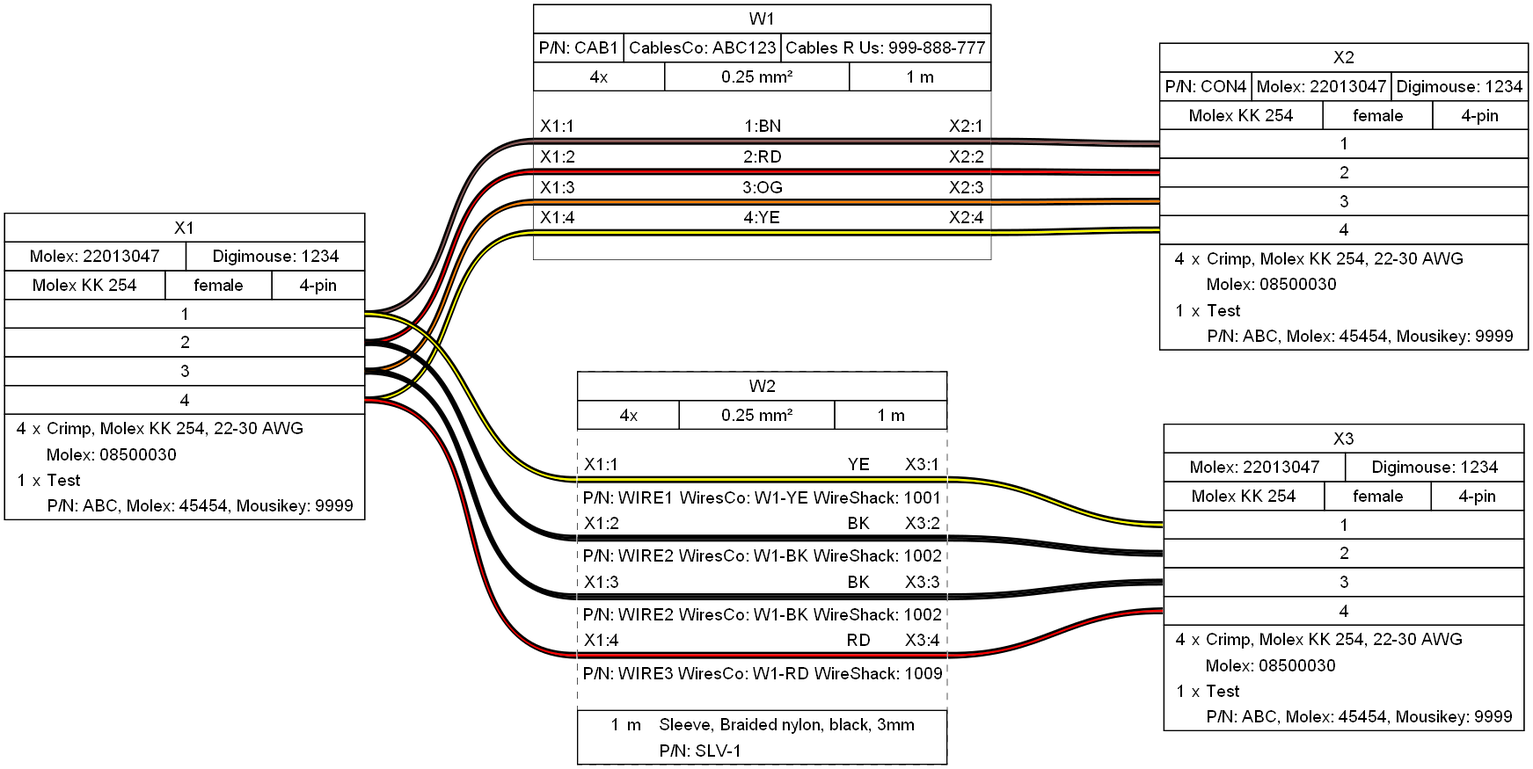
This is tutorial/tutorial08.png from wireviz/WireViz, a Graphviz export, as it was before one commit. Its source is kept beside it as tutorial/tutorial08.gv.
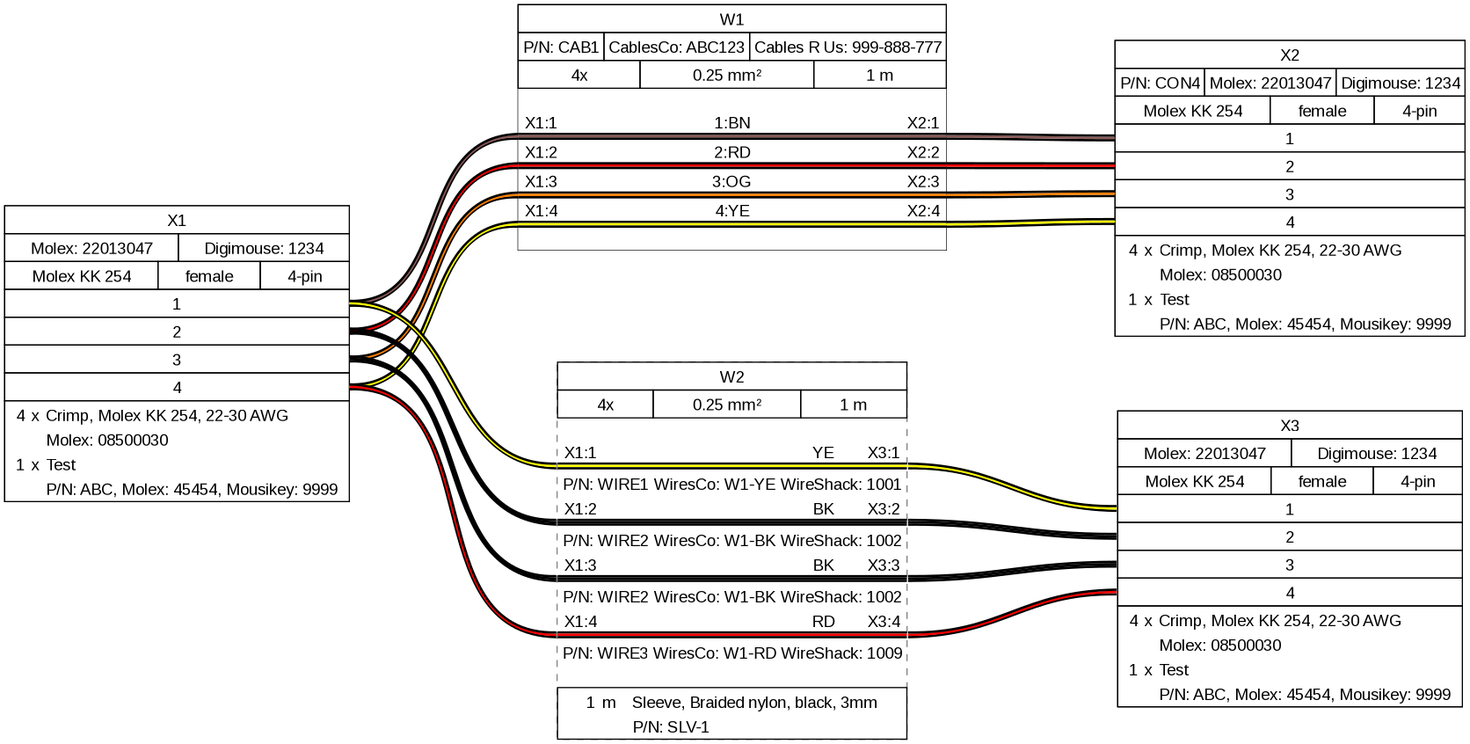
The same diagram one commit later.

Diff of the diagram source:
```diff
@@ -39,22 +39,18 @@
    <table border="0" cellborder="1" cellpadding="3" cellspacing="0">
     <tr>
 
-     []
      <td port="p1r">1</td>
     </tr>
     <tr>
 
-     []
      <td port="p2r">2</td>
     </tr>
     <tr>
 
-     []
      <td port="p3r">3</td>
     </tr>
     <tr>
 
-     []
      <td port="p4r">4</td>
     </tr>
    </table>
@@ -131,22 +127,18 @@
     <tr>
      <td port="p1l">1</td>
 
-     []
     </tr>
     <tr>
      <td port="p2l">2</td>
 
-     []
     </tr>
     <tr>
      <td port="p3l">3</td>
 
-     []
     </tr>
     <tr>
      <td port="p4l">4</td>
 
-     []
     </tr>
    </table>
   </td>
@@ -221,22 +213,18 @@
     <tr>
      <td port="p1l">1</td>
 
-     []
     </tr>
     <tr>
      <td port="p2l">2</td>
 
-     []
     </tr>
     <tr>
      <td port="p3l">3</td>
 
-     []
     </tr>
     <tr>
      <td port="p4l">4</td>
 
-     []
     </tr>
    </table>
   </td>
@@ -320,19 +308,7 @@
      <td align="right">X2:1 </td>
     </tr>
     <tr>
-     <td border="0" cellspacing="0" cellpadding="0" colspan="5" height="6" port="w1">
-      <table border="0" cellborder="0" cellspacing="0">
-       <tr>
-        <td bgcolor="#FFFFFF" border="0" cellpadding="0" colspan="5" height="2"></td>
-       </tr>
-       <tr>
-        <td bgcolor="#FFFFFF" border="0" cellpadding="0" colspan="5" height="2"></td>
-       </tr>
-       <tr>
-        <td bgcolor="#FFFFFF" border="0" cellpadding="0" colspan="5" height="2"></td>
-       </tr>
-      </table>
-     </td>
+     <td border="0" cellspacing="0" cellpadding="0" colspan="5" height="6" port="w1"></td>
     </tr>
     <tr>
      <td align="left"> X1:2</td>
@@ -342,19 +318,7 @@
      <td align="right">X2:2 </td>
     </tr>
     <tr>
-     <td border="0" cellspacing="0" cellpadding="0" colspan="5" height="6" port="w2">
-      <table border="0" cellborder="0" cellspacing="0">
-       <tr>
-        <td bgcolor="#FFFFFF" border="0" cellpadding="0" colspan="5" height="2"></td>
-       </tr>
-       <tr>
-        <td bgcolor="#FFFFFF" border="0" cellpadding="0" colspan="5" height="2"></td>
-       </tr>
-       <tr>
-        <td bgcolor="#FFFFFF" border="0" cellpadding="0" colspan="5" height="2"></td>
-       </tr>
-      </table>
-     </td>
+     <td border="0" cellspacing="0" cellpadding="0" colspan="5" height="6" port="w2"></td>
     </tr>
     <tr>
      <td align="left"> X1:3</td>
@@ -364,19 +328,7 @@
      <td align="right">X2:3 </td>
     </tr>
     <tr>
-     <td border="0" cellspacing="0" cellpadding="0" colspan="5" height="6" port="w3">
-      <table border="0" cellborder="0" cellspacing="0">
-       <tr>
-        <td bgcolor="#FFFFFF" border="0" cellpadding="0" colspan="5" height="2"></td>
-       </tr>
-       <tr>
-        <td bgcolor="#FFFFFF" border="0" cellpadding="0" colspan="5" height="2"></td>
-       </tr>
-       <tr>
-        <td bgcolor="#FFFFFF" border="0" cellpadding="0" colspan="5" height="2"></td>
-       </tr>
-      </table>
-     </td>
+     <td border="0" cellspacing="0" cellpadding="0" colspan="5" height="6" port="w3"></td>
     </tr>
     <tr>
      <td align="left"> X1:4</td>
@@ -386,19 +338,7 @@
      <td align="right">X2:4 </td>
     </tr>
     <tr>
-     <td border="0" cellspacing="0" cellpadding="0" colspan="5" height="6" port="w4">
-      <table border="0" cellborder="0" cellspacing="0">
-       <tr>
-        <td bgcolor="#FFFFFF" border="0" cellpadding="0" colspan="5" height="2"></td>
-       </tr>
-       <tr>
-        <td bgcolor="#FFFFFF" border="0" cellpadding="0" colspan="5" height="2"></td>
-       </tr>
-       <tr>
-        <td bgcolor="#FFFFFF" border="0" cellpadding="0" colspan="5" height="2"></td>
-       </tr>
-      </table>
-     </td>
+     <td border="0" cellspacing="0" cellpadding="0" colspan="5" height="6" port="w4"></td>
     </tr>
     <tr>
      <td>&nbsp;</td>
@@ -461,19 +401,7 @@
      <td align="right">X3:1 </td>
     </tr>
     <tr>
-     <td border="0" cellspacing="0" cellpadding="0" colspan="6" height="6" port="w1">
-      <table border="0" cellborder="0" cellspacing="0">
-       <tr>
-        <td bgcolor="#FFFFFF" border="0" cellpadding="0" colspan="6" height="2"></td>
-       </tr>
-       <tr>
-        <td bgcolor="#FFFFFF" border="0" cellpadding="0" colspan="6" height="2"></td>
-       </tr>
-       <tr>
-        <td bgcolor="#FFFFFF" border="0" cellpadding="0" colspan="6" height="2"></td>
-       </tr>
-      </table>
-     </td>
+     <td border="0" cellspacing="0" cellpadding="0" colspan="6" height="6" port="w1"></td>
     </tr>
     <tr>
      <td colspan="6">
@@ -495,19 +423,7 @@
      <td align="right">X3:2 </td>
     </tr>
     <tr>
-     <td border="0" cellspacing="0" cellpadding="0" colspan="6" height="6" port="w2">
-      <table border="0" cellborder="0" cellspacing="0">
-       <tr>
-        <td bgcolor="#FFFFFF" border="0" cellpadding="0" colspan="6" height="2"></td>
-       </tr>
-       <tr>
-        <td bgcolor="#FFFFFF" border="0" cellpadding="0" colspan="6" height="2"></td>
-       </tr>
-       <tr>
-        <td bgcolor="#FFFFFF" border="0" cellpadding="0" colspan="6" height="2"></td>
-       </tr>
-      </table>
-     </td>
+     <td border="0" cellspacing="0" cellpadding="0" colspan="6" height="6" port="w2"></td>
     </tr>
     <tr>
      <td colspan="6">
@@ -529,19 +445,7 @@
      <td align="right">X3:3 </td>
     </tr>
     <tr>
-     <td border="0" cellspacing="0" cellpadding="0" colspan="6" height="6" port="w3">
-      <table border="0" cellborder="0" cellspacing="0">
-       <tr>
-        <td bgcolor="#FFFFFF" border="0" cellpadding="0" colspan="6" height="2"></td>
-       </tr>
-       <tr>
-        <td bgcolor="#FFFFFF" border="0" cellpadding="0" colspan="6" height="2"></td>
-       </tr>
-       <tr>
-        <td bgcolor="#FFFFFF" border="0" cellpadding="0" colspan="6" height="2"></td>
-       </tr>
-      </table>
-     </td>
+     <td border="0" cellspacing="0" cellpadding="0" colspan="6" height="6" port="w3"></td>
     </tr>
     <tr>
      <td colspan="6">
@@ -563,19 +467,7 @@
      <td align="right">X3:4 </td>
     </tr>
     <tr>
-     <td border="0" cellspacing="0" cellpadding="0" colspan="6" height="6" port="w4">
-      <table border="0" cellborder="0" cellspacing="0">
-       <tr>
-        <td bgcolor="#FFFFFF" border="0" cellpadding="0" colspan="6" height="2"></td>
-       </tr>
-       <tr>
-        <td bgcolor="#FFFFFF" border="0" cellpadding="0" colspan="6" height="2"></td>
-       </tr>
-       <tr>
-        <td bgcolor="#FFFFFF" border="0" cellpadding="0" colspan="6" height="2"></td>
-       </tr>
-      </table>
-     </td>
+     <td border="0" cellspacing="0" cellpadding="0" colspan="6" height="6" port="w4"></td>
     </tr>
     <tr>
      <td colspan="6">
```
